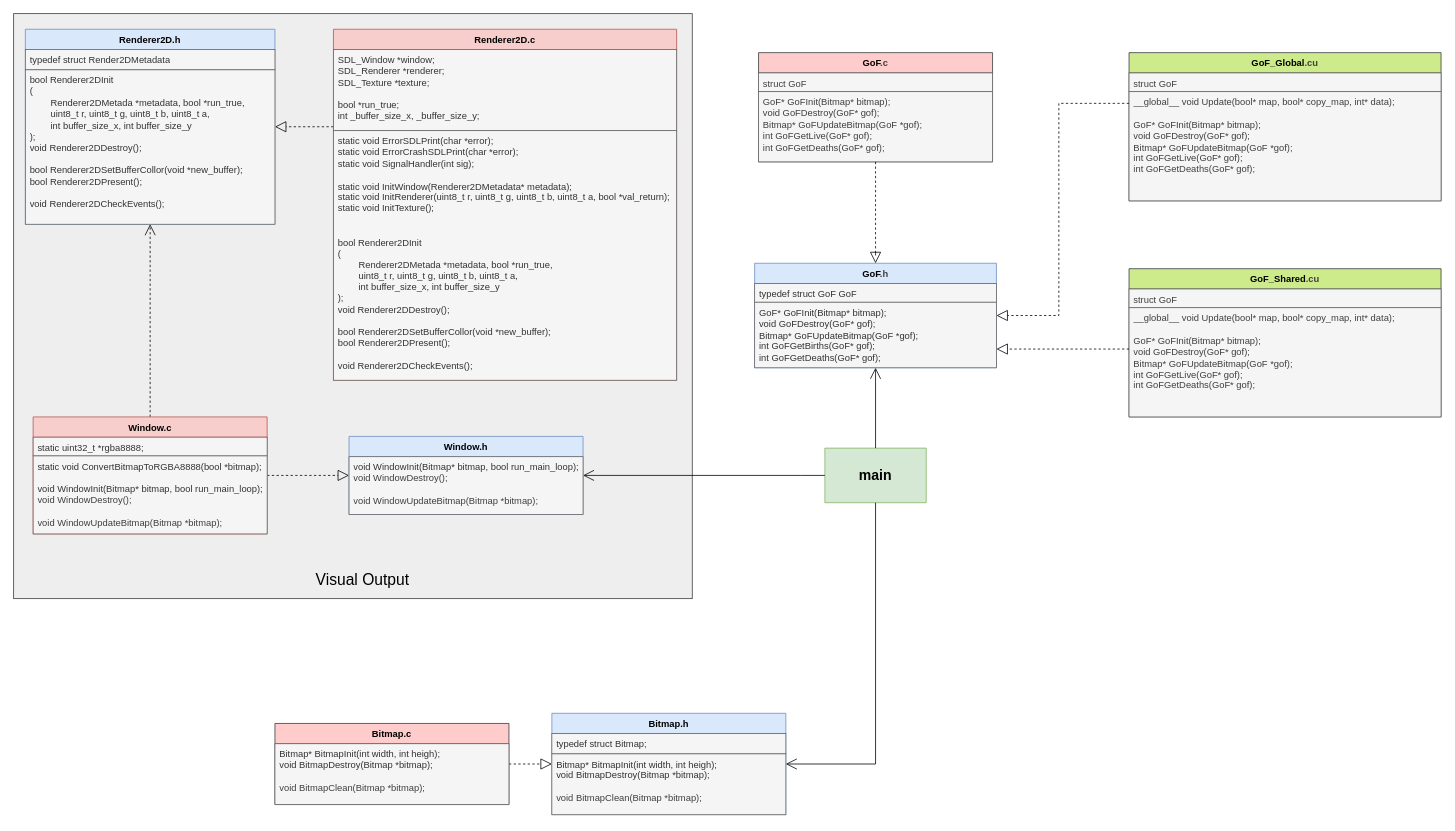
OGecgo/ConwayGameOfLife_GPU_Acceleration keeps this draw.io diagram as GameOfLife.drawio. Above is the earlier version. Source tidied: cells renumbered, new cells numbered last; positions are measured from the earlier drawing's top-left corner, leaving out a move shared by most shapes. Both pictures are drawn from the tidied source at 78%, with x=0, y=0 at pixel (13, 13).
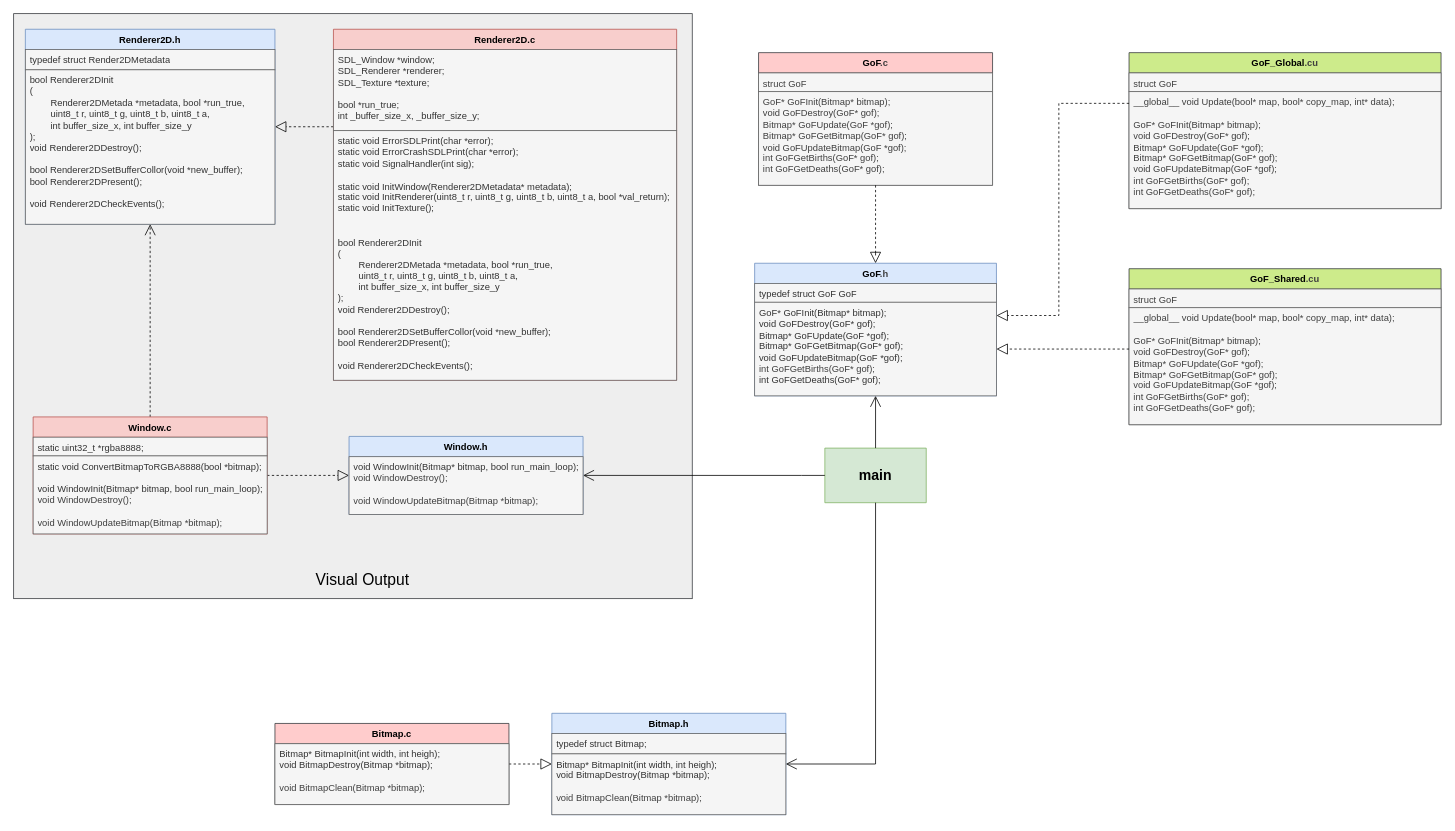
Above is the later version.

Commit message (it also covers changes not shown here):
add random maps, update GoF and make better GoF_Global (memory managment) + fix bug

Change to the diagram source:
```diff
@@
     <mxCell id="17" value="&lt;div&gt;GoF&lt;span style=&quot;color: rgb(63, 63, 63); background-color: transparent;&quot;&gt;.c&lt;/span&gt;&lt;/div&gt;" style="swimlane;fontStyle=1;align=center;verticalAlign=top;horizontal=1;startSize=26;whiteSpace=wrap;html=1;fillColor=#ffcccc;strokeColor=#36393d;" parent="1" vertex="1">
-      <mxGeometry x="955" y="50" width="300" height="140" as="geometry" />
+      <mxGeometry x="955" y="50" width="300" height="170" as="geometry" />
     </mxCell>
@@
-    <mxCell id="19" value="&lt;div style=&quot;color: rgb(63, 63, 63); scrollbar-color: rgb(226, 226, 226) rgb(251, 251, 251);&quot;&gt;&lt;span style=&quot;color: rgb(63, 63, 63); scrollbar-color: rgb(226, 226, 226) rgb(251, 251, 251); background-color: transparent;&quot;&gt;GoF* GoFInit(Bitmap* bitmap);&lt;/span&gt;&lt;/div&gt;&lt;div style=&quot;color: rgb(63, 63, 63); scrollbar-color: rgb(226, 226, 226) rgb(251, 251, 251);&quot;&gt;&lt;span style=&quot;color: rgb(63, 63, 63); scrollbar-color: rgb(226, 226, 226) rgb(251, 251, 251); background-color: transparent;&quot;&gt;void GoFDestroy(GoF* gof);&lt;/span&gt;&lt;/div&gt;&lt;div style=&quot;color: rgb(63, 63, 63); scrollbar-color: rgb(226, 226, 226) rgb(251, 251, 251);&quot;&gt;&lt;span style=&quot;color: rgb(63, 63, 63); scrollbar-color: rgb(226, 226, 226) rgb(251, 251, 251); background-color: transparent;&quot;&gt;Bitmap* GoFUpdateBitmap(GoF *gof);&lt;/span&gt;&lt;/div&gt;&lt;div style=&quot;color: rgb(63, 63, 63); scrollbar-color: rgb(226, 226, 226) rgb(251, 251, 251);&quot;&gt;&lt;span style=&quot;color: rgb(63, 63, 63); scrollbar-color: rgb(226, 226, 226) rgb(251, 251, 251); background-color: transparent;&quot;&gt;int GoFGetLive(GoF* gof);&lt;/span&gt;&lt;/div&gt;&lt;div style=&quot;color: rgb(63, 63, 63); scrollbar-color: rgb(226, 226, 226) rgb(251, 251, 251);&quot;&gt;&lt;span style=&quot;color: rgb(63, 63, 63); scrollbar-color: rgb(226, 226, 226) rgb(251, 251, 251); background-color: transparent;&quot;&gt;int GoFGetDeaths(GoF* gof);&lt;/span&gt;&lt;/div&gt;" style="text;strokeColor=#666666;fillColor=#f5f5f5;align=left;verticalAlign=top;spacingLeft=4;spacingRight=4;overflow=hidden;whiteSpace=wrap;html=1;fontColor=#333333;fontFamily=Helvetica;fontSize=12;" parent="17" vertex="1">
-      <mxGeometry y="50" width="300" height="90" as="geometry" />
+    <mxCell id="19" value="&lt;div style=&quot;color: rgb(63, 63, 63); scrollbar-color: rgb(226, 226, 226) rgb(251, 251, 251);&quot;&gt;&lt;div style=&quot;color: rgb(63, 63, 63); scrollbar-color: rgb(226, 226, 226) rgb(251, 251, 251);&quot;&gt;&lt;span style=&quot;color: rgb(63, 63, 63); scrollbar-color: rgb(226, 226, 226) rgb(251, 251, 251); background-color: transparent;&quot;&gt;GoF* GoFInit(Bitmap* bitmap);&lt;/span&gt;&lt;/div&gt;&lt;div style=&quot;color: rgb(63, 63, 63); scrollbar-color: rgb(226, 226, 226) rgb(251, 251, 251);&quot;&gt;&lt;span style=&quot;color: rgb(63, 63, 63); scrollbar-color: rgb(226, 226, 226) rgb(251, 251, 251); background-color: transparent;&quot;&gt;void GoFDestroy(GoF* gof);&lt;/span&gt;&lt;/div&gt;&lt;div style=&quot;color: rgb(63, 63, 63); scrollbar-color: rgb(226, 226, 226) rgb(251, 251, 251);&quot;&gt;&lt;span style=&quot;color: rgb(63, 63, 63); scrollbar-color: rgb(226, 226, 226) rgb(251, 251, 251); background-color: transparent;&quot;&gt;Bitmap* GoFUpdate(GoF *gof);&lt;/span&gt;&lt;/div&gt;&lt;div style=&quot;color: rgb(63, 63, 63); scrollbar-color: rgb(226, 226, 226) rgb(251, 251, 251);&quot;&gt;Bitmap* GoFGetBitmap(GoF* gof);&lt;/div&gt;&lt;div style=&quot;color: rgb(63, 63, 63); scrollbar-color: rgb(226, 226, 226) rgb(251, 251, 251);&quot;&gt;&lt;span style=&quot;scrollbar-color: rgb(226, 226, 226) rgb(251, 251, 251); background-color: transparent; color: rgb(63, 63, 63);&quot;&gt;&lt;span style=&quot;color: rgb(63, 63, 63);&quot;&gt;void GoFUpdateBitmap(GoF *gof);&lt;/span&gt;&lt;/span&gt;&lt;/div&gt;&lt;div style=&quot;color: rgb(63, 63, 63); scrollbar-color: rgb(226, 226, 226) rgb(251, 251, 251);&quot;&gt;&lt;span style=&quot;scrollbar-color: rgb(226, 226, 226) rgb(251, 251, 251); background-color: transparent; color: rgb(63, 63, 63);&quot;&gt;int GoFGetBirths(GoF* gof);&lt;/span&gt;&lt;/div&gt;&lt;div style=&quot;color: rgb(63, 63, 63); scrollbar-color: rgb(226, 226, 226) rgb(251, 251, 251);&quot;&gt;&lt;span style=&quot;color: rgb(63, 63, 63); scrollbar-color: rgb(226, 226, 226) rgb(251, 251, 251); background-color: transparent;&quot;&gt;int GoFGetDeaths(GoF* gof);&lt;/span&gt;&lt;/div&gt;&lt;/div&gt;" style="text;strokeColor=#666666;fillColor=#f5f5f5;align=left;verticalAlign=top;spacingLeft=4;spacingRight=4;overflow=hidden;whiteSpace=wrap;html=1;fontColor=#333333;fontFamily=Helvetica;fontSize=12;" parent="17" vertex="1">
+      <mxGeometry y="50" width="300" height="120" as="geometry" />
     </mxCell>
     <mxCell id="20" value="&lt;div&gt;GoF&lt;span style=&quot;color: rgb(63, 63, 63); background-color: transparent;&quot;&gt;.h&lt;/span&gt;&lt;/div&gt;" style="swimlane;fontStyle=1;align=center;verticalAlign=top;horizontal=1;startSize=26;whiteSpace=wrap;html=1;fillColor=#dae8fc;strokeColor=#6c8ebf;" parent="1" vertex="1">
-      <mxGeometry x="950" y="320" width="310" height="134" as="geometry" />
+      <mxGeometry x="950" y="320" width="310" height="170" as="geometry" />
     </mxCell>
@@
-    <mxCell id="22" value="&lt;div&gt;&lt;span style=&quot;background-color: transparent;&quot;&gt;GoF* GoFInit(Bitmap* bitmap);&lt;/span&gt;&lt;/div&gt;&lt;div&gt;&lt;span style=&quot;background-color: transparent;&quot;&gt;void GoFDestroy(GoF* gof);&lt;/span&gt;&lt;/div&gt;&lt;div&gt;&lt;span style=&quot;background-color: transparent;&quot;&gt;Bitmap* GoFUpdateBitmap(GoF *gof);&lt;/span&gt;&lt;/div&gt;&lt;div&gt;&lt;span style=&quot;background-color: transparent;&quot;&gt;int GoFGetBirths(GoF* gof);&lt;/span&gt;&lt;/div&gt;&lt;div&gt;&lt;span style=&quot;background-color: transparent;&quot;&gt;int GoFGetDeaths(GoF* gof);&lt;/span&gt;&lt;/div&gt;" style="text;strokeColor=#666666;fillColor=#f5f5f5;align=left;verticalAlign=top;spacingLeft=4;spacingRight=4;overflow=hidden;whiteSpace=wrap;html=1;fontColor=#333333;" parent="20" vertex="1">
-      <mxGeometry y="50" width="310" height="84" as="geometry" />
+    <mxCell id="22" value="&lt;div&gt;&lt;span style=&quot;background-color: transparent;&quot;&gt;GoF* GoFInit(Bitmap* bitmap);&lt;/span&gt;&lt;/div&gt;&lt;div&gt;&lt;span style=&quot;background-color: transparent;&quot;&gt;void GoFDestroy(GoF* gof);&lt;/span&gt;&lt;/div&gt;&lt;div&gt;&lt;span style=&quot;background-color: transparent;&quot;&gt;Bitmap* GoFUpdate(GoF *gof);&lt;/span&gt;&lt;/div&gt;&lt;div&gt;Bitmap* GoFGetBitmap(GoF* gof);&lt;/div&gt;&lt;div&gt;void GoFUpdateBitmap(GoF *gof);&lt;/div&gt;&lt;div&gt;&lt;span style=&quot;background-color: transparent; color: rgb(63, 63, 63);&quot;&gt;int GoFGetBirths(GoF* gof);&lt;/span&gt;&lt;/div&gt;&lt;div&gt;&lt;span style=&quot;background-color: transparent;&quot;&gt;int GoFGetDeaths(GoF* gof);&lt;/span&gt;&lt;/div&gt;" style="text;strokeColor=#666666;fillColor=#f5f5f5;align=left;verticalAlign=top;spacingLeft=4;spacingRight=4;overflow=hidden;whiteSpace=wrap;html=1;fontColor=#333333;" parent="20" vertex="1">
+      <mxGeometry y="50" width="310" height="120" as="geometry" />
     </mxCell>
@@
     <mxCell id="35" value="&lt;div&gt;GoF_Global&lt;span style=&quot;color: rgb(63, 63, 63); background-color: transparent;&quot;&gt;.cu&lt;/span&gt;&lt;/div&gt;" style="swimlane;fontStyle=1;align=center;verticalAlign=top;horizontal=1;startSize=26;whiteSpace=wrap;html=1;fillColor=#cdeb8b;strokeColor=#36393d;" parent="1" vertex="1">
-      <mxGeometry x="1430" y="50" width="400" height="190" as="geometry" />
+      <mxGeometry x="1430" y="50" width="400" height="200" as="geometry" />
     </mxCell>
@@
-    <mxCell id="37" value="&lt;div style=&quot;color: rgb(63, 63, 63); scrollbar-color: rgb(226, 226, 226) rgb(251, 251, 251);&quot;&gt;&lt;span style=&quot;color: rgb(63, 63, 63); scrollbar-color: rgb(226, 226, 226) rgb(251, 251, 251); background-color: transparent;&quot;&gt;__global__ void Update(bool* map, bool* copy_map, int* data);&lt;/span&gt;&lt;/div&gt;&lt;div style=&quot;color: rgb(63, 63, 63); scrollbar-color: rgb(226, 226, 226) rgb(251, 251, 251);&quot;&gt;&lt;span style=&quot;color: rgb(63, 63, 63); scrollbar-color: rgb(226, 226, 226) rgb(251, 251, 251); background-color: transparent;&quot;&gt;&lt;br&gt;&lt;/span&gt;&lt;/div&gt;&lt;div style=&quot;color: rgb(63, 63, 63); scrollbar-color: rgb(226, 226, 226) rgb(251, 251, 251);&quot;&gt;&lt;span style=&quot;color: rgb(63, 63, 63); scrollbar-color: rgb(226, 226, 226) rgb(251, 251, 251); background-color: transparent;&quot;&gt;GoF* GoFInit(Bitmap* bitmap);&lt;/span&gt;&lt;/div&gt;&lt;div style=&quot;color: rgb(63, 63, 63); scrollbar-color: rgb(226, 226, 226) rgb(251, 251, 251);&quot;&gt;&lt;span style=&quot;color: rgb(63, 63, 63); scrollbar-color: rgb(226, 226, 226) rgb(251, 251, 251); background-color: transparent;&quot;&gt;void GoFDestroy(GoF* gof);&lt;/span&gt;&lt;/div&gt;&lt;div style=&quot;color: rgb(63, 63, 63); scrollbar-color: rgb(226, 226, 226) rgb(251, 251, 251);&quot;&gt;&lt;span style=&quot;color: rgb(63, 63, 63); scrollbar-color: rgb(226, 226, 226) rgb(251, 251, 251); background-color: transparent;&quot;&gt;Bitmap* GoFUpdateBitmap(GoF *gof);&lt;/span&gt;&lt;/div&gt;&lt;div style=&quot;color: rgb(63, 63, 63); scrollbar-color: rgb(226, 226, 226) rgb(251, 251, 251);&quot;&gt;&lt;span style=&quot;color: rgb(63, 63, 63); scrollbar-color: rgb(226, 226, 226) rgb(251, 251, 251); background-color: transparent;&quot;&gt;int GoFGetLive(GoF* gof);&lt;/span&gt;&lt;/div&gt;&lt;div style=&quot;color: rgb(63, 63, 63); scrollbar-color: rgb(226, 226, 226) rgb(251, 251, 251);&quot;&gt;&lt;span style=&quot;color: rgb(63, 63, 63); scrollbar-color: rgb(226, 226, 226) rgb(251, 251, 251); background-color: transparent;&quot;&gt;int GoFGetDeaths(GoF* gof);&lt;/span&gt;&lt;/div&gt;" style="text;strokeColor=#666666;fillColor=#f5f5f5;align=left;verticalAlign=top;spacingLeft=4;spacingRight=4;overflow=hidden;whiteSpace=wrap;html=1;fontColor=#333333;fontFamily=Helvetica;fontSize=12;" parent="35" vertex="1">
-      <mxGeometry y="50" width="400" height="140" as="geometry" />
+    <mxCell id="37" value="&lt;div style=&quot;color: rgb(63, 63, 63); scrollbar-color: rgb(226, 226, 226) rgb(251, 251, 251);&quot;&gt;&lt;span style=&quot;color: rgb(63, 63, 63); scrollbar-color: rgb(226, 226, 226) rgb(251, 251, 251); background-color: transparent;&quot;&gt;__global__ void Update(bool* map, bool* copy_map, int* data);&lt;/span&gt;&lt;/div&gt;&lt;div style=&quot;color: rgb(63, 63, 63); scrollbar-color: rgb(226, 226, 226) rgb(251, 251, 251);&quot;&gt;&lt;span style=&quot;color: rgb(63, 63, 63); scrollbar-color: rgb(226, 226, 226) rgb(251, 251, 251); background-color: transparent;&quot;&gt;&lt;br&gt;&lt;/span&gt;&lt;/div&gt;&lt;div style=&quot;color: rgb(63, 63, 63); scrollbar-color: rgb(226, 226, 226) rgb(251, 251, 251);&quot;&gt;&lt;div style=&quot;color: rgb(63, 63, 63); scrollbar-color: rgb(226, 226, 226) rgb(251, 251, 251);&quot;&gt;&lt;span style=&quot;color: rgb(63, 63, 63); scrollbar-color: rgb(226, 226, 226) rgb(251, 251, 251); background-color: transparent;&quot;&gt;GoF* GoFInit(Bitmap* bitmap);&lt;/span&gt;&lt;/div&gt;&lt;div style=&quot;color: rgb(63, 63, 63); scrollbar-color: rgb(226, 226, 226) rgb(251, 251, 251);&quot;&gt;&lt;span style=&quot;color: rgb(63, 63, 63); scrollbar-color: rgb(226, 226, 226) rgb(251, 251, 251); background-color: transparent;&quot;&gt;void GoFDestroy(GoF* gof);&lt;/span&gt;&lt;/div&gt;&lt;div style=&quot;color: rgb(63, 63, 63); scrollbar-color: rgb(226, 226, 226) rgb(251, 251, 251);&quot;&gt;&lt;span style=&quot;color: rgb(63, 63, 63); scrollbar-color: rgb(226, 226, 226) rgb(251, 251, 251); background-color: transparent;&quot;&gt;Bitmap* GoFUpdate(GoF *gof);&lt;/span&gt;&lt;/div&gt;&lt;div style=&quot;color: rgb(63, 63, 63); scrollbar-color: rgb(226, 226, 226) rgb(251, 251, 251);&quot;&gt;Bitmap* GoFGetBitmap(GoF* gof);&lt;/div&gt;&lt;div style=&quot;color: rgb(63, 63, 63); scrollbar-color: rgb(226, 226, 226) rgb(251, 251, 251);&quot;&gt;&lt;span style=&quot;scrollbar-color: rgb(226, 226, 226) rgb(251, 251, 251); background-color: transparent; color: rgb(63, 63, 63);&quot;&gt;&lt;span style=&quot;color: rgb(63, 63, 63); background-color: transparent;&quot;&gt;void GoFUpdateBitmap(GoF *gof);&lt;/span&gt;&lt;/span&gt;&lt;/div&gt;&lt;div style=&quot;color: rgb(63, 63, 63); scrollbar-color: rgb(226, 226, 226) rgb(251, 251, 251);&quot;&gt;&lt;span style=&quot;scrollbar-color: rgb(226, 226, 226) rgb(251, 251, 251); background-color: transparent; color: rgb(63, 63, 63);&quot;&gt;int GoFGetBirths(GoF* gof);&lt;/span&gt;&lt;/div&gt;&lt;div style=&quot;color: rgb(63, 63, 63); scrollbar-color: rgb(226, 226, 226) rgb(251, 251, 251);&quot;&gt;&lt;span style=&quot;color: rgb(63, 63, 63); scrollbar-color: rgb(226, 226, 226) rgb(251, 251, 251); background-color: transparent;&quot;&gt;int GoFGetDeaths(GoF* gof);&lt;/span&gt;&lt;/div&gt;&lt;/div&gt;" style="text;strokeColor=#666666;fillColor=#f5f5f5;align=left;verticalAlign=top;spacingLeft=4;spacingRight=4;overflow=hidden;whiteSpace=wrap;html=1;fontColor=#333333;fontFamily=Helvetica;fontSize=12;" parent="35" vertex="1">
+      <mxGeometry y="50" width="400" height="150" as="geometry" />
     </mxCell>
     <mxCell id="38" value="&lt;div&gt;GoF_Shared&lt;span style=&quot;color: rgb(63, 63, 63); background-color: transparent;&quot;&gt;.cu&lt;/span&gt;&lt;/div&gt;" style="swimlane;fontStyle=1;align=center;verticalAlign=top;horizontal=1;startSize=26;whiteSpace=wrap;html=1;fillColor=#cdeb8b;strokeColor=#36393d;" parent="1" vertex="1">
-      <mxGeometry x="1430" y="327" width="400" height="190" as="geometry" />
+      <mxGeometry x="1430" y="327" width="400" height="200" as="geometry" />
     </mxCell>
@@
-    <mxCell id="40" value="&lt;div style=&quot;color: rgb(63, 63, 63); scrollbar-color: rgb(226, 226, 226) rgb(251, 251, 251);&quot;&gt;&lt;span style=&quot;color: rgb(63, 63, 63); scrollbar-color: rgb(226, 226, 226) rgb(251, 251, 251); background-color: transparent;&quot;&gt;__global__ void Update(bool* map, bool* copy_map, int* data);&lt;/span&gt;&lt;/div&gt;&lt;div style=&quot;color: rgb(63, 63, 63); scrollbar-color: rgb(226, 226, 226) rgb(251, 251, 251);&quot;&gt;&lt;span style=&quot;color: rgb(63, 63, 63); scrollbar-color: rgb(226, 226, 226) rgb(251, 251, 251); background-color: transparent;&quot;&gt;&lt;br&gt;&lt;/span&gt;&lt;/div&gt;&lt;div style=&quot;color: rgb(63, 63, 63); scrollbar-color: rgb(226, 226, 226) rgb(251, 251, 251);&quot;&gt;&lt;span style=&quot;color: rgb(63, 63, 63); scrollbar-color: rgb(226, 226, 226) rgb(251, 251, 251); background-color: transparent;&quot;&gt;GoF* GoFInit(Bitmap* bitmap);&lt;/span&gt;&lt;/div&gt;&lt;div style=&quot;color: rgb(63, 63, 63); scrollbar-color: rgb(226, 226, 226) rgb(251, 251, 251);&quot;&gt;&lt;span style=&quot;color: rgb(63, 63, 63); scrollbar-color: rgb(226, 226, 226) rgb(251, 251, 251); background-color: transparent;&quot;&gt;void GoFDestroy(GoF* gof);&lt;/span&gt;&lt;/div&gt;&lt;div style=&quot;color: rgb(63, 63, 63); scrollbar-color: rgb(226, 226, 226) rgb(251, 251, 251);&quot;&gt;&lt;span style=&quot;color: rgb(63, 63, 63); scrollbar-color: rgb(226, 226, 226) rgb(251, 251, 251); background-color: transparent;&quot;&gt;Bitmap* GoFUpdateBitmap(GoF *gof);&lt;/span&gt;&lt;/div&gt;&lt;div style=&quot;color: rgb(63, 63, 63); scrollbar-color: rgb(226, 226, 226) rgb(251, 251, 251);&quot;&gt;&lt;span style=&quot;color: rgb(63, 63, 63); scrollbar-color: rgb(226, 226, 226) rgb(251, 251, 251); background-color: transparent;&quot;&gt;int GoFGetLive(GoF* gof);&lt;/span&gt;&lt;/div&gt;&lt;div style=&quot;color: rgb(63, 63, 63); scrollbar-color: rgb(226, 226, 226) rgb(251, 251, 251);&quot;&gt;&lt;span style=&quot;color: rgb(63, 63, 63); scrollbar-color: rgb(226, 226, 226) rgb(251, 251, 251); background-color: transparent;&quot;&gt;int GoFGetDeaths(GoF* gof);&lt;/span&gt;&lt;/div&gt;" style="text;strokeColor=#666666;fillColor=#f5f5f5;align=left;verticalAlign=top;spacingLeft=4;spacingRight=4;overflow=hidden;whiteSpace=wrap;html=1;fontColor=#333333;fontFamily=Helvetica;fontSize=12;" parent="38" vertex="1">
-      <mxGeometry y="50" width="400" height="140" as="geometry" />
+    <mxCell id="40" value="&lt;div style=&quot;color: rgb(63, 63, 63); scrollbar-color: rgb(226, 226, 226) rgb(251, 251, 251);&quot;&gt;&lt;span style=&quot;color: rgb(63, 63, 63); scrollbar-color: rgb(226, 226, 226) rgb(251, 251, 251); background-color: transparent;&quot;&gt;__global__ void Update(bool* map, bool* copy_map, int* data);&lt;/span&gt;&lt;/div&gt;&lt;div style=&quot;color: rgb(63, 63, 63); scrollbar-color: rgb(226, 226, 226) rgb(251, 251, 251);&quot;&gt;&lt;span style=&quot;color: rgb(63, 63, 63); scrollbar-color: rgb(226, 226, 226) rgb(251, 251, 251); background-color: transparent;&quot;&gt;&lt;br&gt;&lt;/span&gt;&lt;/div&gt;&lt;div style=&quot;color: rgb(63, 63, 63); scrollbar-color: rgb(226, 226, 226) rgb(251, 251, 251);&quot;&gt;&lt;div style=&quot;color: rgb(63, 63, 63); scrollbar-color: rgb(226, 226, 226) rgb(251, 251, 251);&quot;&gt;&lt;span style=&quot;color: rgb(63, 63, 63); scrollbar-color: rgb(226, 226, 226) rgb(251, 251, 251); background-color: transparent;&quot;&gt;GoF* GoFInit(Bitmap* bitmap);&lt;/span&gt;&lt;/div&gt;&lt;div style=&quot;color: rgb(63, 63, 63); scrollbar-color: rgb(226, 226, 226) rgb(251, 251, 251);&quot;&gt;&lt;span style=&quot;color: rgb(63, 63, 63); scrollbar-color: rgb(226, 226, 226) rgb(251, 251, 251); background-color: transparent;&quot;&gt;void GoFDestroy(GoF* gof);&lt;/span&gt;&lt;/div&gt;&lt;div style=&quot;color: rgb(63, 63, 63); scrollbar-color: rgb(226, 226, 226) rgb(251, 251, 251);&quot;&gt;&lt;span style=&quot;color: rgb(63, 63, 63); scrollbar-color: rgb(226, 226, 226) rgb(251, 251, 251); background-color: transparent;&quot;&gt;Bitmap* GoFUpdate(GoF *gof);&lt;/span&gt;&lt;/div&gt;&lt;div style=&quot;color: rgb(63, 63, 63); scrollbar-color: rgb(226, 226, 226) rgb(251, 251, 251);&quot;&gt;Bitmap* GoFGetBitmap(GoF* gof);&lt;/div&gt;&lt;div style=&quot;color: rgb(63, 63, 63); scrollbar-color: rgb(226, 226, 226) rgb(251, 251, 251);&quot;&gt;&lt;span style=&quot;scrollbar-color: rgb(226, 226, 226) rgb(251, 251, 251); background-color: transparent; color: rgb(63, 63, 63);&quot;&gt;&lt;span style=&quot;color: rgb(63, 63, 63); background-color: transparent;&quot;&gt;void GoFUpdateBitmap(GoF *gof);&lt;/span&gt;&lt;/span&gt;&lt;/div&gt;&lt;div style=&quot;color: rgb(63, 63, 63); scrollbar-color: rgb(226, 226, 226) rgb(251, 251, 251);&quot;&gt;&lt;span style=&quot;scrollbar-color: rgb(226, 226, 226) rgb(251, 251, 251); background-color: transparent; color: rgb(63, 63, 63);&quot;&gt;int GoFGetBirths(GoF* gof);&lt;/span&gt;&lt;/div&gt;&lt;div style=&quot;color: rgb(63, 63, 63); scrollbar-color: rgb(226, 226, 226) rgb(251, 251, 251);&quot;&gt;&lt;span style=&quot;color: rgb(63, 63, 63); scrollbar-color: rgb(226, 226, 226) rgb(251, 251, 251); background-color: transparent;&quot;&gt;int GoFGetDeaths(GoF* gof);&lt;/span&gt;&lt;/div&gt;&lt;/div&gt;" style="text;strokeColor=#666666;fillColor=#f5f5f5;align=left;verticalAlign=top;spacingLeft=4;spacingRight=4;overflow=hidden;whiteSpace=wrap;html=1;fontColor=#333333;fontFamily=Helvetica;fontSize=12;" parent="38" vertex="1">
+      <mxGeometry y="50" width="400" height="150" as="geometry" />
     </mxCell>
```
